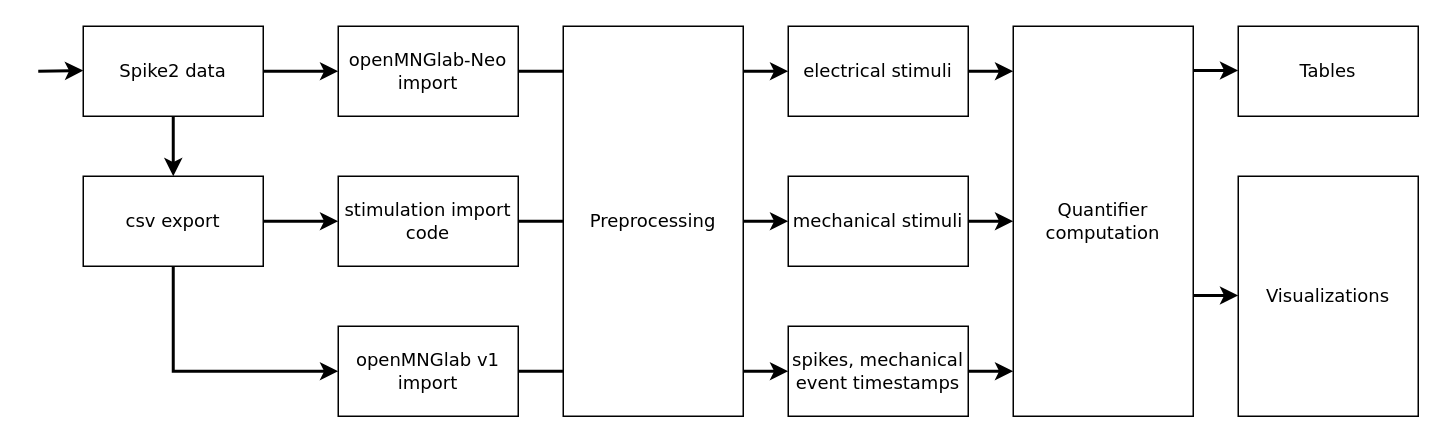
alexandertartsch/Spike_train_analysis_bachelor_thesis keeps this draw.io diagram as src/pic/analysis_notebook.drawio. Above is the earlier version. Source tidied: cells renumbered, new cells numbered last; positions are measured from the earlier drawing's top-left corner, leaving out a move shared by most shapes. Both pictures are drawn from the tidied source at 150%, with x=0, y=0 at pixel (38, 26).
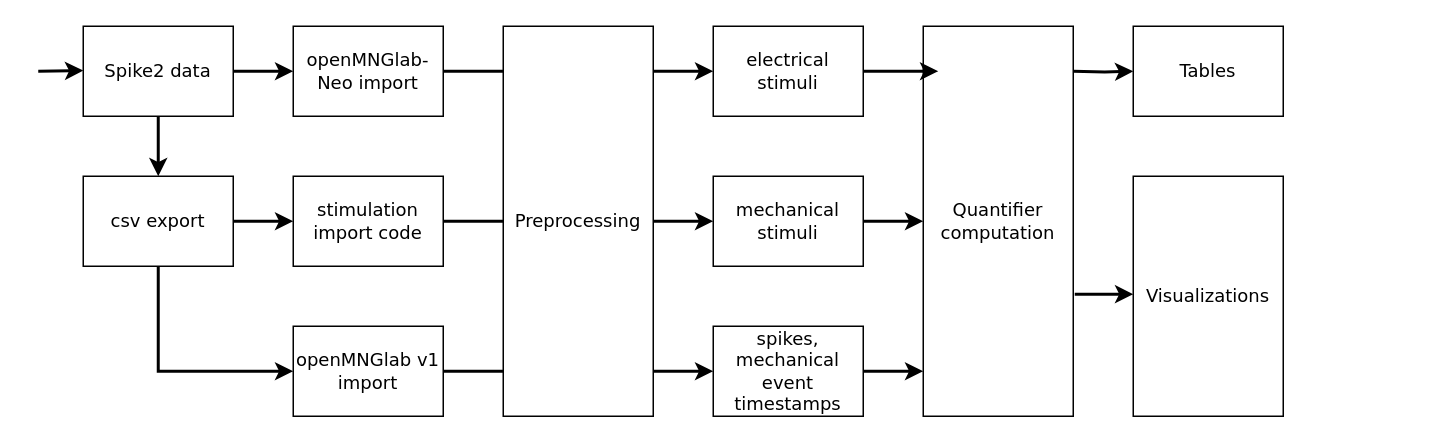
After the change.

What changed in the source:
```diff
@@
     <mxCell id="2" value="Spike2 data" style="rounded=0;whiteSpace=wrap;html=1;fontFamily=Verdana;" parent="1" vertex="1">
-      <mxGeometry x="30" width="120" height="60" as="geometry" />
+      <mxGeometry x="30" width="100" height="60" as="geometry" />
     </mxCell>
@@
     <mxCell id="4" value="csv export" style="rounded=0;whiteSpace=wrap;html=1;fontFamily=Verdana;" parent="1" vertex="1">
-      <mxGeometry x="30" y="100" width="120" height="60" as="geometry" />
+      <mxGeometry x="30" y="100" width="100" height="60" as="geometry" />
     </mxCell>
@@
     <mxCell id="6" value="openMNGlab v1 import" style="rounded=0;whiteSpace=wrap;html=1;fontFamily=Verdana;" parent="1" vertex="1">
-      <mxGeometry x="200" y="200" width="120" height="60" as="geometry" />
+      <mxGeometry x="170" y="200" width="100" height="60" as="geometry" />
     </mxCell>
     <mxCell id="7" value="spikes, mechanical event timestamps" style="rounded=0;whiteSpace=wrap;html=1;fontFamily=Verdana;fontSize=12;" parent="1" vertex="1">
-      <mxGeometry x="500" y="200" width="120" height="60" as="geometry" />
+      <mxGeometry x="450" y="200" width="100" height="60" as="geometry" />
     </mxCell>
     <mxCell id="8" value="openMNGlab-Neo import" style="rounded=0;whiteSpace=wrap;html=1;fontFamily=Verdana;fontSize=12;" parent="1" vertex="1">
-      <mxGeometry x="200" width="120" height="60" as="geometry" />
+      <mxGeometry x="170" width="100" height="60" as="geometry" />
     </mxCell>
     <mxCell id="9" value="electrical stimuli" style="rounded=0;whiteSpace=wrap;html=1;fontFamily=Verdana;fontSize=12;" parent="1" vertex="1">
-      <mxGeometry x="500" width="120" height="60" as="geometry" />
+      <mxGeometry x="450" width="100" height="60" as="geometry" />
     </mxCell>
     <mxCell id="10" value="stimulation import code" style="rounded=0;whiteSpace=wrap;html=1;fontFamily=Verdana;fontSize=12;" parent="1" vertex="1">
-      <mxGeometry x="200" y="100" width="120" height="60" as="geometry" />
+      <mxGeometry x="170" y="100" width="100" height="60" as="geometry" />
     </mxCell>
@@
     <mxCell id="12" value="mechanical stimuli" style="rounded=0;whiteSpace=wrap;html=1;fontFamily=Verdana;fontSize=12;" parent="1" vertex="1">
-      <mxGeometry x="500" y="100" width="120" height="60" as="geometry" />
+      <mxGeometry x="450" y="100" width="100" height="60" as="geometry" />
     </mxCell>
@@
     <mxCell id="14" value="Quantifier computation" style="rounded=0;whiteSpace=wrap;html=1;fontFamily=Verdana;fontSize=12;" parent="1" vertex="1">
-      <mxGeometry x="650" width="120" height="260" as="geometry" />
+      <mxGeometry x="590" width="100" height="260" as="geometry" />
     </mxCell>
@@
     <mxCell id="17" style="endArrow=classic;html=1;rounded=0;fontFamily=Verdana;strokeWidth=2;exitX=0.5;exitY=1;exitDx=0;exitDy=0;entryX=0;entryY=0.5;entryDx=0;entryDy=0;" parent="1" edge="1" source="4" target="6">
       <mxGeometry relative="1" as="geometry">
         <Array as="points">
-          <mxPoint x="90" y="230" />
+          <mxPoint x="80" y="230" />
         </Array>
       </mxGeometry>
     </mxCell>
     <mxCell id="18" style="edgeStyle=orthogonalEdgeStyle;rounded=0;jettySize=auto;html=1;fontFamily=Verdana;fontSize=12;strokeWidth=2;exitX=1;exitY=0.5;exitDx=0;exitDy=0;" parent="1" edge="1" source="9">
       <mxGeometry relative="1" as="geometry">
-        <mxPoint x="650" y="30" as="targetPoint" />
+        <mxPoint x="600" y="30" as="targetPoint" />
       </mxGeometry>
     </mxCell>
     <mxCell id="19" style="edgeStyle=orthogonalEdgeStyle;rounded=0;jettySize=auto;html=1;fontFamily=Verdana;fontSize=12;strokeWidth=2;exitX=1;exitY=0.5;exitDx=0;exitDy=0;" parent="1" edge="1" source="7">
       <mxGeometry relative="1" as="geometry">
-        <mxPoint x="650" y="230" as="targetPoint" />
+        <mxPoint x="590" y="230" as="targetPoint" />
       </mxGeometry>
     </mxCell>
@@
     <mxCell id="22" value="Preprocessing" style="rounded=0;whiteSpace=wrap;html=1;fontFamily=Verdana;fontSize=12;" parent="1" vertex="1">
-      <mxGeometry x="350" width="120" height="260" as="geometry" />
+      <mxGeometry x="310" width="100" height="260" as="geometry" />
     </mxCell>
     <mxCell id="23" value="Tables" style="rounded=0;whiteSpace=wrap;html=1;fontFamily=Verdana;fontSize=12;" parent="1" vertex="1">
-      <mxGeometry x="800" width="120" height="60" as="geometry" />
+      <mxGeometry x="730" width="100" height="60" as="geometry" />
     </mxCell>
     <mxCell id="24" value="Visualizations" style="rounded=0;whiteSpace=wrap;html=1;fontFamily=Verdana;fontSize=12;" parent="1" vertex="1">
-      <mxGeometry x="800" y="100" width="120" height="160" as="geometry" />
+      <mxGeometry x="730" y="100" width="100" height="160" as="geometry" />
     </mxCell>
-    <mxCell id="25" style="edgeStyle=orthogonalEdgeStyle;rounded=0;orthogonalLoop=1;jettySize=auto;html=1;fontFamily=Verdana;fontSize=12;strokeWidth=2;exitX=1;exitY=0.5;exitDx=0;exitDy=0;" parent="1" edge="1">
+    <mxCell id="25" style="edgeStyle=orthogonalEdgeStyle;rounded=0;jettySize=auto;html=1;fontFamily=Verdana;fontSize=12;strokeWidth=2;entryX=0;entryY=0.5;entryDx=0;entryDy=0;" parent="1" edge="1" target="23">
       <mxGeometry relative="1" as="geometry">
-        <mxPoint x="770" y="29.5" as="sourcePoint" />
-        <mxPoint x="800" y="29.5" as="targetPoint" />
+        <mxPoint x="690" y="30" as="sourcePoint" />
       </mxGeometry>
     </mxCell>
-    <mxCell id="26" style="edgeStyle=orthogonalEdgeStyle;rounded=0;orthogonalLoop=1;jettySize=auto;html=1;fontFamily=Verdana;fontSize=12;strokeWidth=2;exitX=1;exitY=0.5;exitDx=0;exitDy=0;" parent="1" edge="1">
+    <mxCell id="26" style="edgeStyle=orthogonalEdgeStyle;rounded=0;jettySize=auto;html=1;fontFamily=Verdana;fontSize=12;strokeWidth=2;exitX=1.01;exitY=0.687;exitDx=0;exitDy=0;exitPerimeter=0;" parent="1" edge="1" source="14">
       <mxGeometry relative="1" as="geometry">
-        <mxPoint x="770" y="179.5" as="sourcePoint" />
-        <mxPoint x="800" y="179.5" as="targetPoint" />
+        <mxPoint x="730" y="179.5" as="targetPoint" />
       </mxGeometry>
     </mxCell>
```
